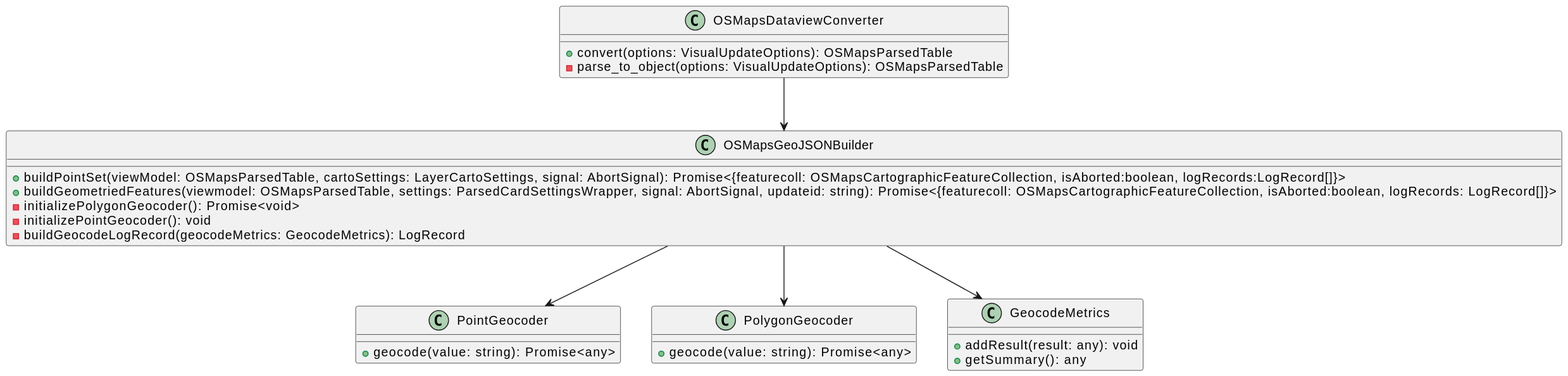
OrdnanceSurvey/os-powerbi-map keeps this PlantUML diagram as docs/dataconversion.svg. Above is the earlier version. Its diagram source:
```plantuml
@startuml
class OSMapsDataviewConverter {
    +convert(options: VisualUpdateOptions): OSMapsParsedTable
    -parse_to_object(options: VisualUpdateOptions): OSMapsParsedTable
}

class OSMapsGeoJSONBuilder {
    +buildPointSet(viewModel: OSMapsParsedTable, cartoSettings: LayerCartoSettings, signal: AbortSignal): Promise<{featurecoll: OSMapsCartographicFeatureCollection, isAborted:boolean, logRecords:LogRecord[]}>
    +buildGeometriedFeatures(viewmodel: OSMapsParsedTable, settings: ParsedCardSettingsWrapper, signal: AbortSignal, updateid: string): Promise<{featurecoll: OSMapsCartographicFeatureCollection, isAborted:boolean, logRecords: LogRecord[]}>
    -initializePolygonGeocoder(): Promise<void>
    -initializePointGeocoder(): void
    -buildGeocodeLogRecord(geocodeMetrics: GeocodeMetrics): LogRecord
}

class PointGeocoder {
    +geocode(value: string): Promise<any>
}

class PolygonGeocoder {
    +geocode(value: string): Promise<any>
}

class GeocodeMetrics {
    +addResult(result: any): void
    +getSummary(): any
}

OSMapsGeoJSONBuilder --> PointGeocoder
OSMapsGeoJSONBuilder --> PolygonGeocoder
OSMapsGeoJSONBuilder --> GeocodeMetrics
OSMapsDataviewConverter --> OSMapsGeoJSONBuilder
@enduml
```
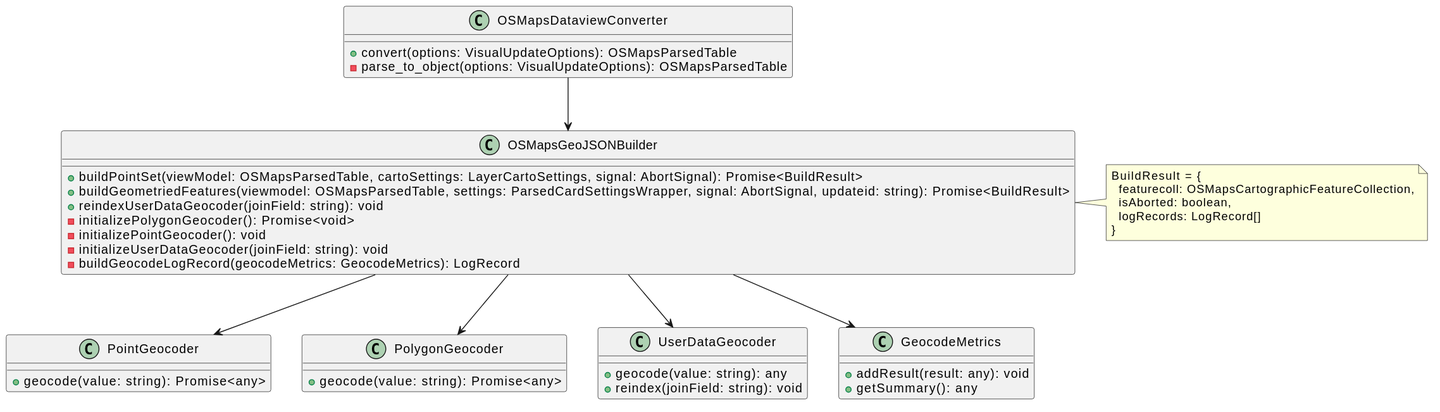
Above is the later version.

Change to the diagram source:
```diff
@@ -5,12 +5,22 @@
 }
 
 class OSMapsGeoJSONBuilder {
-    +buildPointSet(viewModel: OSMapsParsedTable, cartoSettings: LayerCartoSettings, signal: AbortSignal): Promise<{featurecoll: OSMapsCartographicFeatureCollection, isAborted:boolean, logRecords:LogRecord[]}>
-    +buildGeometriedFeatures(viewmodel: OSMapsParsedTable, settings: ParsedCardSettingsWrapper, signal: AbortSignal, updateid: string): Promise<{featurecoll: OSMapsCartographicFeatureCollection, isAborted:boolean, logRecords: LogRecord[]}>
+    +buildPointSet(viewModel: OSMapsParsedTable, cartoSettings: LayerCartoSettings, signal: AbortSignal): Promise<BuildResult>
+    +buildGeometriedFeatures(viewmodel: OSMapsParsedTable, settings: ParsedCardSettingsWrapper, signal: AbortSignal, updateid: string): Promise<BuildResult>
+    +reindexUserDataGeocoder(joinField: string): void
     -initializePolygonGeocoder(): Promise<void>
     -initializePointGeocoder(): void
+    -initializeUserDataGeocoder(joinField: string): void
     -buildGeocodeLogRecord(geocodeMetrics: GeocodeMetrics): LogRecord
 }
+
+note right of OSMapsGeoJSONBuilder
+  BuildResult = {
+    featurecoll: OSMapsCartographicFeatureCollection,
+    isAborted: boolean,
+    logRecords: LogRecord[]
+  }
+end note
 
 class PointGeocoder {
     +geocode(value: string): Promise<any>
@@ -20,6 +30,11 @@
     +geocode(value: string): Promise<any>
 }
 
+class UserDataGeocoder {
+    +geocode(value: string): any
+    +reindex(joinField: string): void
+}
+
 class GeocodeMetrics {
     +addResult(result: any): void
     +getSummary(): any
@@ -27,6 +42,7 @@
 
 OSMapsGeoJSONBuilder --> PointGeocoder
 OSMapsGeoJSONBuilder --> PolygonGeocoder
+OSMapsGeoJSONBuilder --> UserDataGeocoder
 OSMapsGeoJSONBuilder --> GeocodeMetrics
 OSMapsDataviewConverter --> OSMapsGeoJSONBuilder
 @enduml
```
